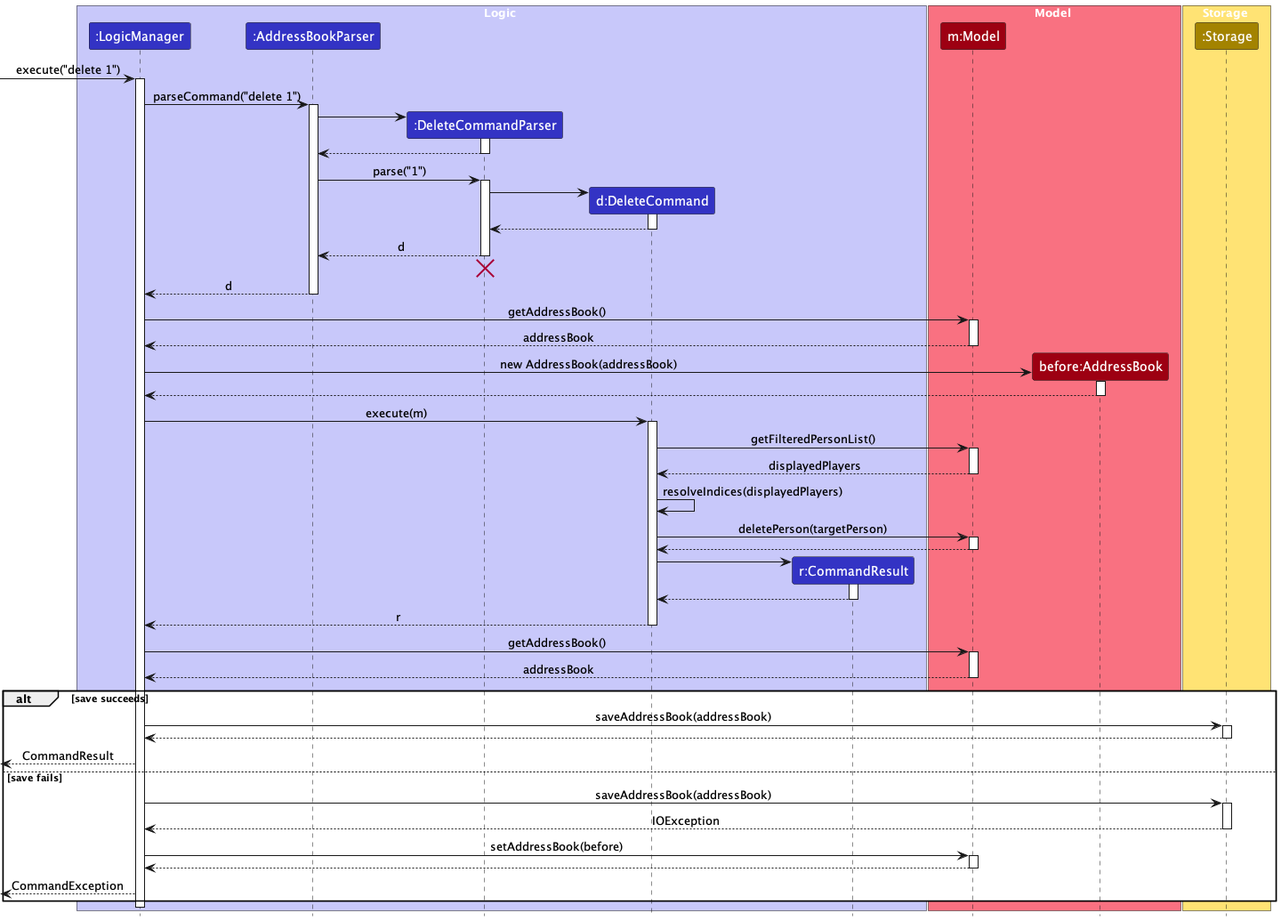
Earlier version of the PlantUML export docs/images/DeleteSequenceDiagram.png (AY2627S1-CS2103T-F11-3/tp).
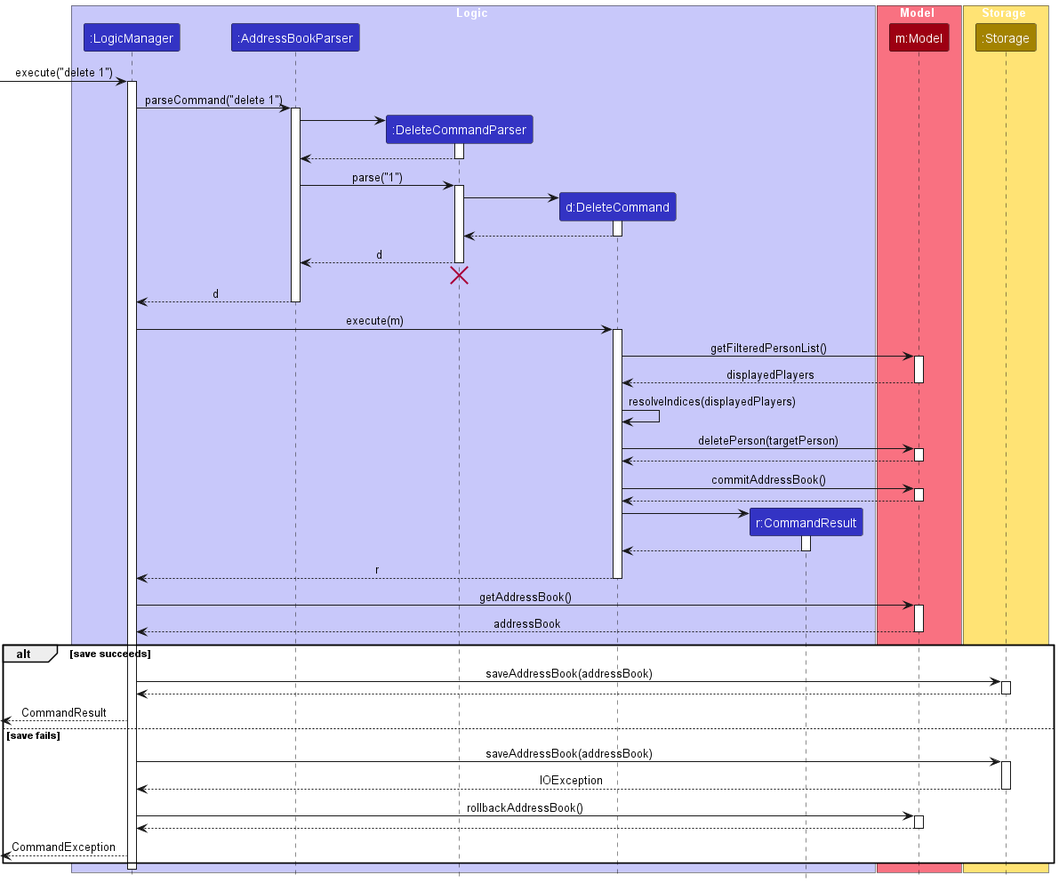
Later version of the same file.

Commit message:
Update user guide and deletion sequence diagrams

What changed in the source:
```diff
@@ -12,7 +12,6 @@
 
 box Model MODEL_COLOR_T1
 participant "m:Model" as Model MODEL_COLOR
-participant "before:AddressBook" as AddressBookBefore MODEL_COLOR
 end box
 
 box Storage STORAGE_COLOR_T1
@@ -50,19 +49,6 @@
 AddressBookParser --> LogicManager : d
 deactivate AddressBookParser
 
-LogicManager -> Model : getAddressBook()
-activate Model
-
-Model --> LogicManager : addressBook
-deactivate Model
-
-create AddressBookBefore
-LogicManager -> AddressBookBefore : new AddressBook(addressBook)
-activate AddressBookBefore
-
-AddressBookBefore --> LogicManager
-deactivate AddressBookBefore
-
 LogicManager -> DeleteCommand : execute(m)
 activate DeleteCommand
 
@@ -77,6 +63,11 @@
 DeleteCommand -> Model : deletePerson(targetPerson)
 activate Model
 
+Model --> DeleteCommand
+deactivate Model
+
+DeleteCommand -> Model : commitAddressBook()
+activate Model
 Model --> DeleteCommand
 deactivate Model
 
@@ -109,7 +100,7 @@
 
     Storage --> LogicManager : IOException
     deactivate Storage
-    LogicManager -> Model : setAddressBook(before)
+    LogicManager -> Model : rollbackAddressBook()
     activate Model
 
     Model --> LogicManager
```
